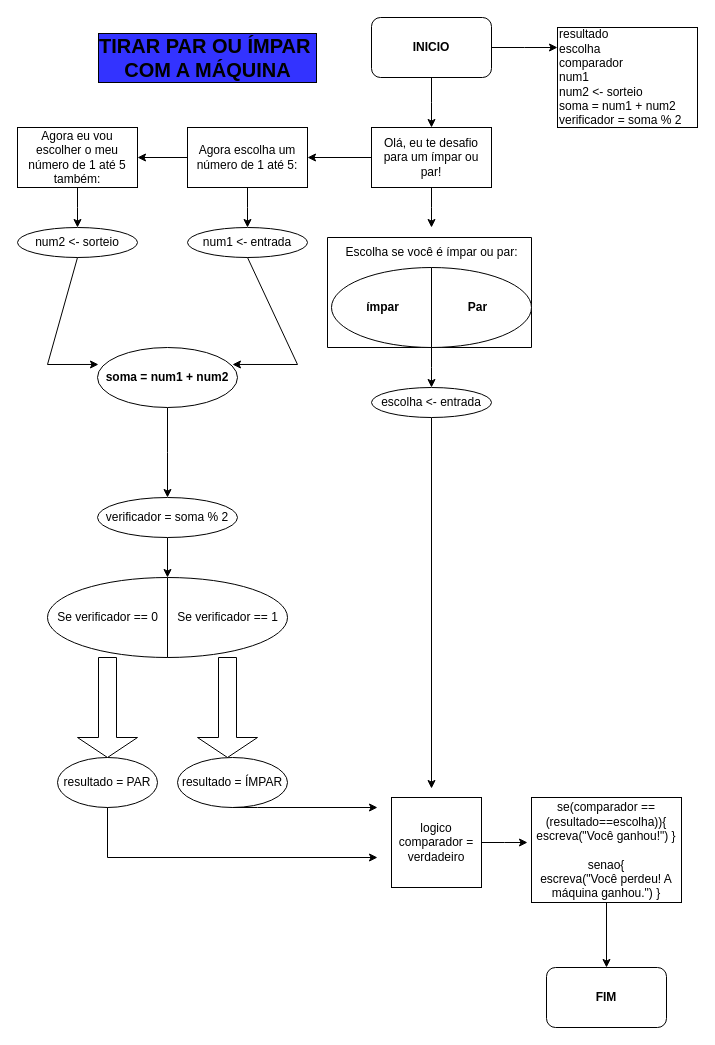
Matheuslbcosta02/diagramas_pdf keeps this draw.io diagram as Desafio_tirar_par_impar.drawio. Above is the earlier version. Source tidied: cells renumbered, new cells numbered last; positions are measured from the earlier drawing's top-left corner, leaving out a move shared by most shapes. Both pictures are drawn from the tidied source at 100%, with x=0, y=0 at pixel (17, 17).
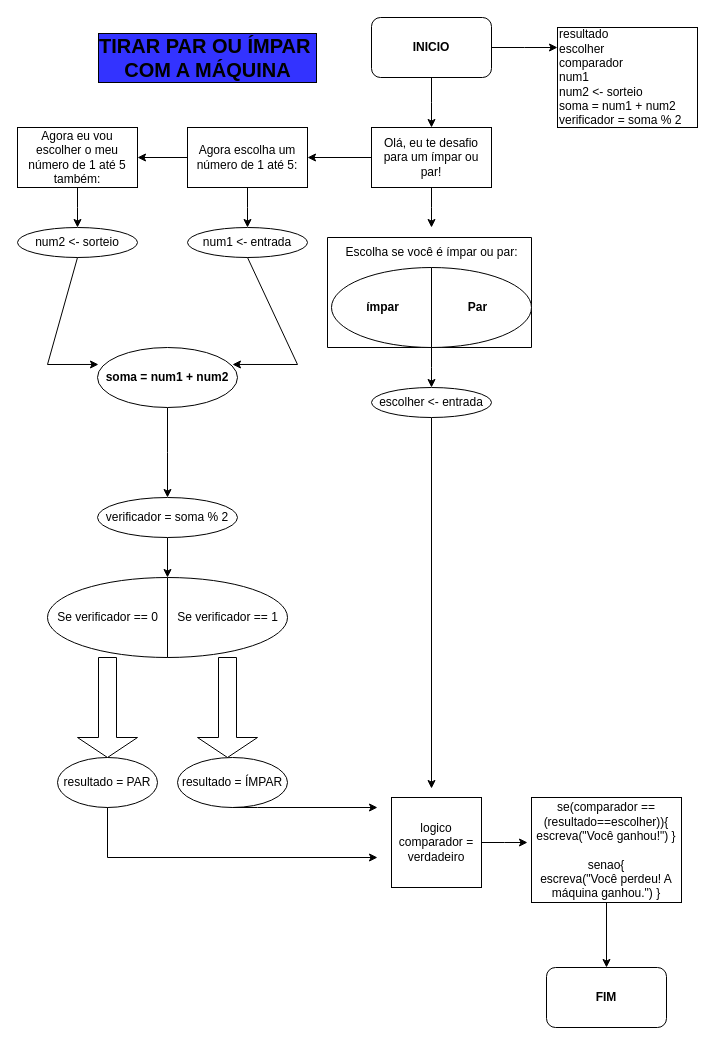
The same page after the edit.

What changed in the source:
```diff
@@
-    <mxCell id="5" value="&lt;div&gt;resultado&lt;/div&gt;&lt;div&gt;escolha&lt;/div&gt;&lt;div&gt;comparador&lt;/div&gt;num1&lt;div&gt;num2 &amp;lt;- sorteio&lt;/div&gt;&lt;div&gt;soma = num1 + num2&lt;/div&gt;&lt;div&gt;verificador = soma % 2&lt;/div&gt;" style="rounded=0;whiteSpace=wrap;html=1;align=left;" parent="1" vertex="1">
+    <mxCell id="5" value="&lt;div&gt;resultado&lt;/div&gt;&lt;div&gt;escolher&lt;/div&gt;&lt;div&gt;comparador&lt;/div&gt;num1&lt;div&gt;num2 &amp;lt;- sorteio&lt;/div&gt;&lt;div&gt;soma = num1 + num2&lt;/div&gt;&lt;div&gt;verificador = soma % 2&lt;/div&gt;" style="rounded=0;whiteSpace=wrap;html=1;align=left;" parent="1" vertex="1">
       <mxGeometry x="540" y="10" width="140" height="100" as="geometry" />
     </mxCell>
@@
-    <mxCell id="16" value="escolha &amp;lt;- entrada" style="ellipse;whiteSpace=wrap;html=1;" parent="1" vertex="1">
+    <mxCell id="16" value="escolher &amp;lt;- entrada" style="ellipse;whiteSpace=wrap;html=1;" parent="1" vertex="1">
       <mxGeometry x="354" y="370" width="120" height="30" as="geometry" />
     </mxCell>
@@
-    <mxCell id="42" value="se(comparador ==(resultado==escolha)){&lt;div&gt;escreva(&quot;Você ganhou!&quot;) }&lt;/div&gt;&lt;div&gt;&lt;br&gt;&lt;/div&gt;&lt;div&gt;senao{&lt;/div&gt;&lt;div&gt;escreva(&quot;Você perdeu! A máquina ganhou.&quot;) }&lt;/div&gt;" style="rounded=0;whiteSpace=wrap;html=1;" parent="1" vertex="1">
+    <mxCell id="42" value="se(comparador ==(resultado==escolher)){&lt;div&gt;escreva(&quot;Você ganhou!&quot;) }&lt;/div&gt;&lt;div&gt;&lt;br&gt;&lt;/div&gt;&lt;div&gt;senao{&lt;/div&gt;&lt;div&gt;escreva(&quot;Você perdeu! A máquina ganhou.&quot;) }&lt;/div&gt;" style="rounded=0;whiteSpace=wrap;html=1;" parent="1" vertex="1">
       <mxGeometry x="514" y="780" width="150" height="105" as="geometry" />
     </mxCell>
```
